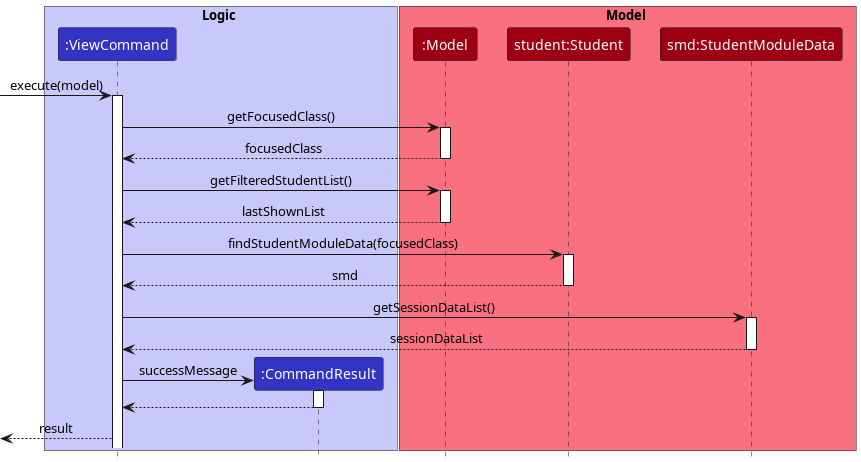
Earlier version of the PlantUML export docs/images/ViewCommandSequenceDiagram.png (nus-cs2103-AY2223S1/tp).
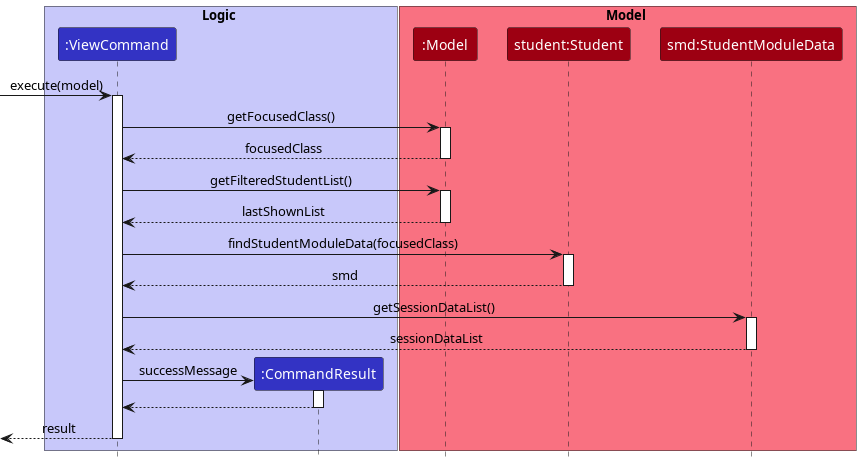
The same diagram one commit later.

Commit message:
Fix grading, parsing, view sequence diagram lifeline

Change to the diagram source:
```diff
@@ -43,5 +43,6 @@
 deactivate CommandResult
 
 ViewCommand -->[: result
+deactivate ViewCommand
 
 @enduml
```
